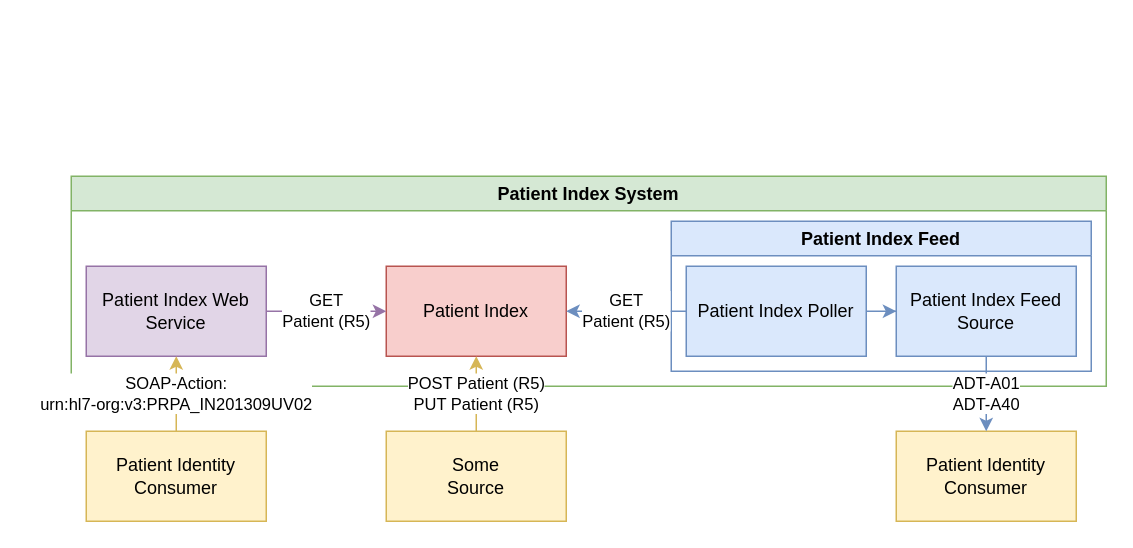
The draw.io diagram architecture.drawio in tobchen/patient-index, before the edit. Source tidied: cells renumbered, new cells numbered last; positions are measured from the earlier drawing's top-left corner, leaving out a move shared by most shapes. Both pictures are drawn from the tidied source at 150%, with x=0, y=0 at pixel (70, 176).
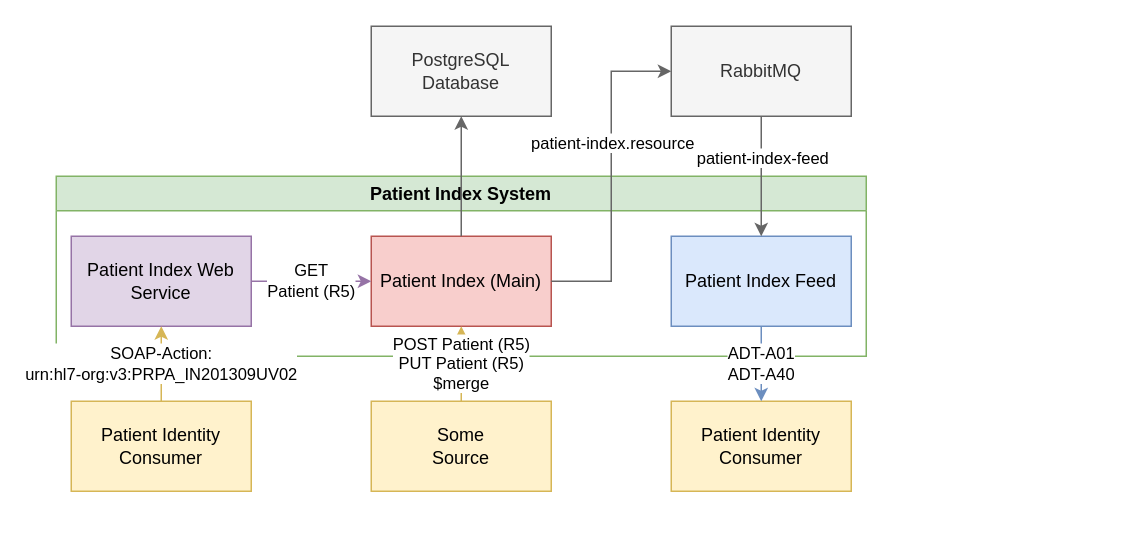
The same diagram, later.

Diff of the diagram source:
```diff
@@
     <mxCell id="2" value="Patient Index System" style="swimlane;fillColor=#d5e8d4;strokeColor=#82b366;" parent="1" vertex="1">
-      <mxGeometry width="690" height="140" as="geometry" />
+      <mxGeometry x="-10" width="540" height="120" as="geometry" />
     </mxCell>
-    <mxCell id="3" value="Patient Index" style="rounded=0;whiteSpace=wrap;html=1;fillColor=#f8cecc;strokeColor=#b85450;" parent="2" vertex="1">
-      <mxGeometry x="210" y="60" width="120" height="60" as="geometry" />
+    <mxCell id="3" value="Patient Index (Main)" style="rounded=0;whiteSpace=wrap;html=1;fillColor=#f8cecc;strokeColor=#b85450;" parent="2" vertex="1">
+      <mxGeometry x="210" y="40" width="120" height="60" as="geometry" />
     </mxCell>
@@
     <mxCell id="5" value="Patient Index Web Service" style="rounded=0;whiteSpace=wrap;html=1;fillColor=#e1d5e7;strokeColor=#9673a6;" parent="2" vertex="1">
-      <mxGeometry x="10" y="60" width="120" height="60" as="geometry" />
+      <mxGeometry x="10" y="40" width="120" height="60" as="geometry" />
     </mxCell>
-    <mxCell id="6" value="Patient Index Feed" style="swimlane;fillColor=#dae8fc;strokeColor=#6c8ebf;" parent="2" vertex="1">
-      <mxGeometry x="400" y="30" width="280" height="100" as="geometry" />
+    <mxCell id="6" value="Patient Index Feed" style="rounded=0;whiteSpace=wrap;html=1;fillColor=#dae8fc;strokeColor=#6c8ebf;" parent="2" vertex="1">
+      <mxGeometry x="410" y="40" width="120" height="60" as="geometry" />
     </mxCell>
-    <mxCell id="7" style="edgeStyle=orthogonalEdgeStyle;rounded=0;jettySize=auto;html=1;fillColor=#dae8fc;strokeColor=#6c8ebf;" parent="6" edge="1" source="8" target="9">
-      <mxGeometry relative="1" as="geometry" />
-    </mxCell>
-    <mxCell id="8" value="Patient Index Poller" style="rounded=0;whiteSpace=wrap;html=1;fillColor=#dae8fc;strokeColor=#6c8ebf;" parent="6" vertex="1">
-      <mxGeometry x="10" y="30" width="120" height="60" as="geometry" />
-    </mxCell>
-    <mxCell id="9" value="Patient Index Feed Source" style="rounded=0;whiteSpace=wrap;html=1;fillColor=#dae8fc;strokeColor=#6c8ebf;" parent="6" vertex="1">
-      <mxGeometry x="150" y="30" width="120" height="60" as="geometry" />
-    </mxCell>
-    <mxCell id="10" value="GET&lt;br&gt;Patient (R5)" style="edgeStyle=orthogonalEdgeStyle;rounded=0;jettySize=auto;html=1;fillColor=#dae8fc;strokeColor=#6c8ebf;" parent="2" edge="1" source="8" target="3">
-      <mxGeometry relative="1" as="geometry" />
-    </mxCell>
-    <mxCell id="11" value="POST Patient (R5)&lt;br&gt;PUT Patient (R5)" style="edgeStyle=orthogonalEdgeStyle;rounded=0;jettySize=auto;html=1;fillColor=#fff2cc;strokeColor=#d6b656;" parent="1" edge="1" source="12" target="3">
+    <mxCell id="11" value="POST Patient (R5)&lt;br&gt;PUT Patient (R5)&lt;div&gt;$merge&lt;/div&gt;" style="edgeStyle=orthogonalEdgeStyle;rounded=0;jettySize=auto;html=1;fillColor=#fff2cc;strokeColor=#d6b656;" parent="1" edge="1" source="12" target="3">
       <mxGeometry relative="1" as="geometry" />
     </mxCell>
-    <mxCell id="12" value="Some&lt;br&gt;Source" style="rounded=0;whiteSpace=wrap;html=1;fillColor=#fff2cc;strokeColor=#d6b656;" parent="1" vertex="1">
-      <mxGeometry x="210" y="170" width="120" height="60" as="geometry" />
-    </mxCell>
@@
     <mxCell id="14" value="Patient Identity Consumer" style="rounded=0;whiteSpace=wrap;html=1;fillColor=#fff2cc;strokeColor=#d6b656;" parent="1" vertex="1">
-      <mxGeometry x="10" y="170" width="120" height="60" as="geometry" />
+      <mxGeometry y="150" width="120" height="60" as="geometry" />
     </mxCell>
+    <mxCell id="12" value="Some&lt;br&gt;Source" style="rounded=0;whiteSpace=wrap;html=1;fillColor=#fff2cc;strokeColor=#d6b656;" parent="1" vertex="1">
+      <mxGeometry x="200" y="150" width="120" height="60" as="geometry" />
+    </mxCell>
     <mxCell id="15" value="Patient Identity Consumer" style="rounded=0;whiteSpace=wrap;html=1;fillColor=#fff2cc;strokeColor=#d6b656;" parent="1" vertex="1">
-      <mxGeometry x="550" y="170" width="120" height="60" as="geometry" />
+      <mxGeometry x="400" y="150" width="120" height="60" as="geometry" />
     </mxCell>
-    <mxCell id="16" value="ADT-A01&lt;br&gt;ADT-A40" style="edgeStyle=orthogonalEdgeStyle;rounded=0;jettySize=auto;html=1;fillColor=#dae8fc;strokeColor=#6c8ebf;" parent="1" edge="1" source="9" target="15">
+    <mxCell id="16" value="ADT-A01&lt;br&gt;ADT-A40" style="edgeStyle=orthogonalEdgeStyle;rounded=0;jettySize=auto;html=1;fillColor=#dae8fc;strokeColor=#6c8ebf;" parent="1" edge="1" source="6" target="15">
       <mxGeometry relative="1" as="geometry" />
     </mxCell>
+    <mxCell id="17" value="PostgreSQL Database" style="rounded=0;whiteSpace=wrap;html=1;fillColor=#f5f5f5;fontColor=#333333;strokeColor=#666666;" parent="1" vertex="1">
+      <mxGeometry x="200" y="-100" width="120" height="60" as="geometry" />
+    </mxCell>
+    <mxCell id="18" style="edgeStyle=orthogonalEdgeStyle;rounded=0;jettySize=auto;html=1;fillColor=#f5f5f5;strokeColor=#666666;" parent="1" edge="1" source="3" target="17">
+      <mxGeometry relative="1" as="geometry" />
+    </mxCell>
+    <mxCell id="19" style="edgeStyle=orthogonalEdgeStyle;rounded=0;jettySize=auto;html=1;fillColor=#f5f5f5;strokeColor=#666666;" parent="1" edge="1" source="21" target="6">
+      <mxGeometry relative="1" as="geometry" />
+    </mxCell>
+    <mxCell id="20" value="patient-index-feed" style="edgeLabel;html=1;align=center;verticalAlign=middle;" parent="19" vertex="1">
+      <mxGeometry x="-0.33" relative="1" as="geometry" />
+    </mxCell>
+    <mxCell id="21" value="RabbitMQ" style="rounded=0;whiteSpace=wrap;html=1;fillColor=#f5f5f5;fontColor=#333333;strokeColor=#666666;" parent="1" vertex="1">
+      <mxGeometry x="400" y="-100" width="120" height="60" as="geometry" />
+    </mxCell>
+    <mxCell id="22" style="edgeStyle=orthogonalEdgeStyle;rounded=0;jettySize=auto;html=1;fillColor=#f5f5f5;strokeColor=#666666;" parent="1" edge="1" source="3" target="21">
+      <mxGeometry relative="1" as="geometry">
+        <Array as="points">
+          <mxPoint x="360" y="70" />
+          <mxPoint x="360" y="-70" />
+        </Array>
+      </mxGeometry>
+    </mxCell>
+    <mxCell id="23" value="patient-index.resource" style="edgeLabel;html=1;align=center;verticalAlign=middle;" parent="22" vertex="1">
+      <mxGeometry x="0.21" relative="1" as="geometry" />
+    </mxCell>
```
